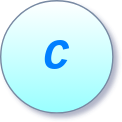
This is c.svg from nileshjawarkar/LearnC, a draw.io export, as it was before one commit. Source tidied: cells renumbered, new cells last; positions are measured from the earlier drawing's top-left corner, leaving out a move shared by most shapes.
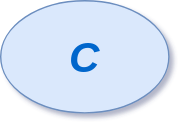
After the commit.

What changed in the source:
```diff
@@ -1,9 +1,9 @@
-<mxGraphModel shadow="1">
+<mxGraphModel>
   <root>
-    <mxCell id="0" />
-    <mxCell id="1" parent="0" />
+    <mxCell id="3" />
+    <mxCell id="4" parent="3" />
-    <mxCell id="2" value="&lt;font face=&quot;Courier New&quot; style=&quot;font-size: 31px; color: rgb(0, 127, 255);&quot;&gt;&lt;b style=&quot;&quot;&gt;&lt;i style=&quot;&quot;&gt;C&lt;/i&gt;&lt;/b&gt;&lt;/font&gt;" style="ellipse;whiteSpace=wrap;html=1;labelBackgroundColor=none;fillColor=default;strokeColor=#788AA3;fontColor=#46495D;gradientColor=#99FFFF;" parent="1" vertex="1">
-      <mxGeometry width="80" height="80" as="geometry" />
+    <mxCell id="2" value="&lt;font style=&quot;font-size: 30px; color: rgb(0, 102, 204);&quot;&gt;&lt;b&gt;&lt;i&gt;C&lt;/i&gt;&lt;/b&gt;&lt;/font&gt;" style="ellipse;whiteSpace=wrap;html=1;fillColor=#dae8fc;strokeColor=#6c8ebf;" parent="4" vertex="1">
+      <mxGeometry width="120" height="80" as="geometry" />
     </mxCell>
   </root>
 </mxGraphModel>
```
